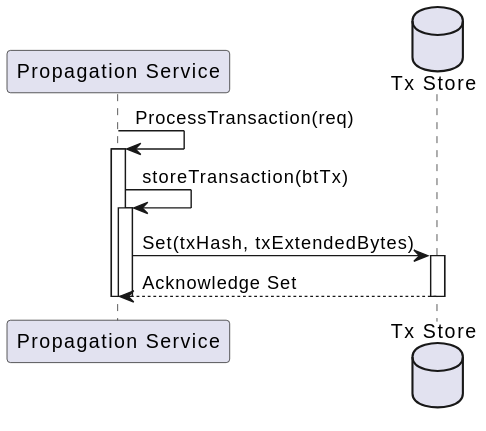
freemans13/teranode keeps this PlantUML diagram as docs/services/img/plantuml/assetserver/txStore_propagation_set.svg. Above is the earlier version. Its source is kept beside it as docs/services/img/plantuml/assetserver/txStore_propagation_set.puml.
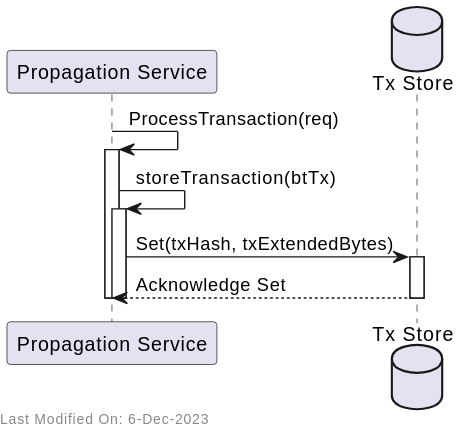
Later version of the same file.

What changed in the source:
```diff
@@ -16,4 +16,7 @@
 
 deactivate Propagation
 deactivate Propagation
+
+left footer Last Modified On: 6-Dec-2023
+
 @enduml
```
